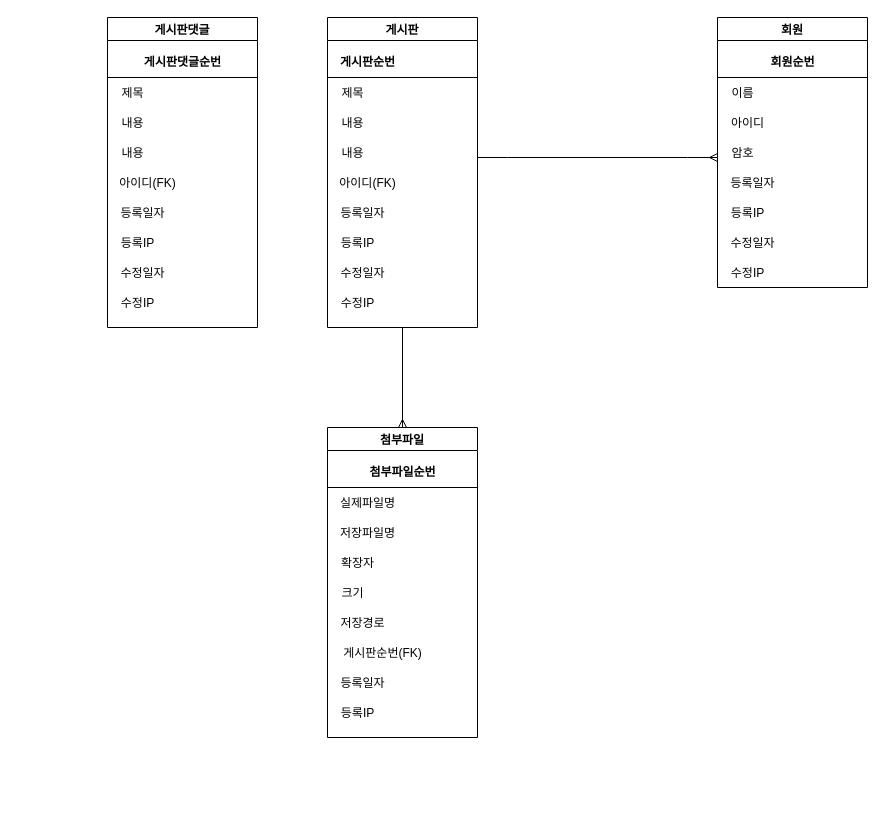
sos9210/git4 keeps this draw.io diagram as Untitled Diagram.drawio. Above is the earlier version. Source tidied: cells renumbered, new cells numbered last; positions are measured from the earlier drawing's top-left corner, leaving out a move shared by most shapes. Both pictures are drawn from the tidied source at 100%, with x=0, y=0 at pixel (107, 17).
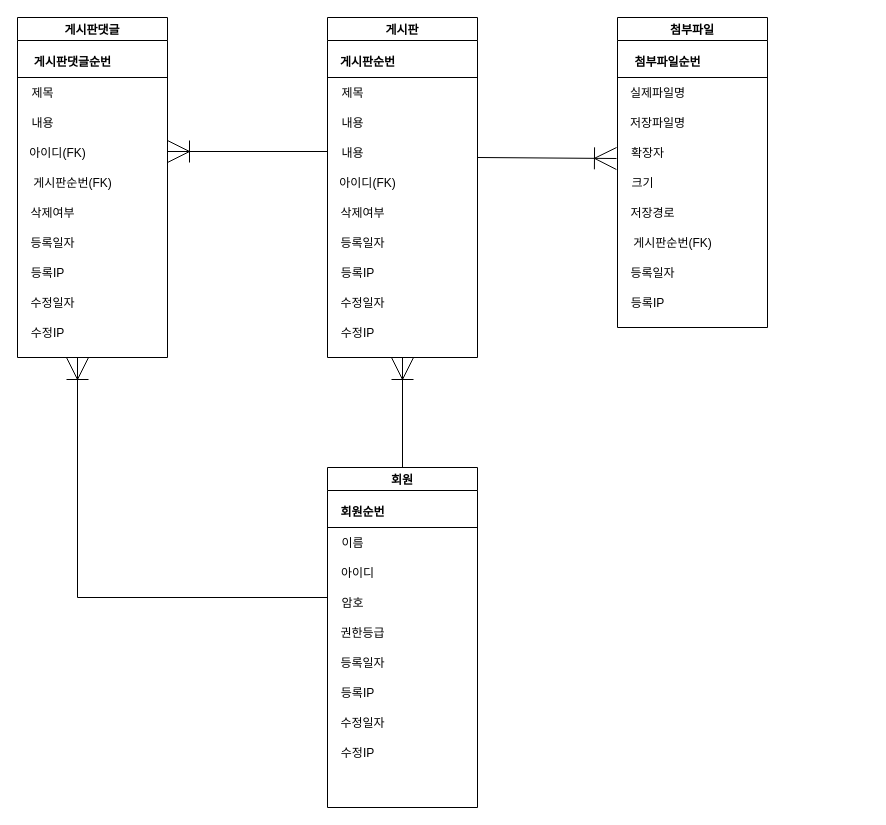
After the change.

The change refers to these unchanged cells:
```xml
<mxCell id="7" value="&lt;font style=&quot;font-size: 12px;&quot;&gt;암호&lt;/font&gt;" style="text;html=1;align=center;verticalAlign=middle;points=[];strokeColor=none;fillColor=none;fontSize=17;" parent="2" vertex="1">
  <mxGeometry y="120" width="50" height="30" as="geometry" />
</mxCell>
<mxCell id="22" value="&lt;span style=&quot;font-size: 12px;&quot;&gt;내용&lt;/span&gt;" style="text;html=1;align=center;verticalAlign=middle;points=[];strokeColor=none;fillColor=none;fontSize=17;" parent="12" vertex="1">
  <mxGeometry y="120" width="50" height="30" as="geometry" />
</mxCell>
<mxCell id="29" value="&lt;font style=&quot;font-size: 12px;&quot;&gt;확장자&lt;/font&gt;" style="text;html=1;align=center;verticalAlign=middle;points=[];strokeColor=none;fillColor=none;fontSize=17;" parent="24" vertex="1">
  <mxGeometry y="120" width="60" height="30" as="geometry" />
</mxCell>
```

Change to the diagram source:
```diff
@@
     <mxCell id="2" value="회원" style="swimlane;startSize=23;" parent="1" vertex="1">
-      <mxGeometry x="610" width="150" height="270" as="geometry" />
+      <mxGeometry x="220" y="450" width="150" height="340" as="geometry" />
     </mxCell>
     <mxCell id="3" value="&lt;b&gt;회원순번&lt;/b&gt;" style="text;html=1;align=center;verticalAlign=middle;strokeColor=none;fillColor=none;strokeWidth=4;" parent="2" vertex="1">
-      <mxGeometry x="40" y="30" width="70" height="30" as="geometry" />
+      <mxGeometry y="30" width="70" height="30" as="geometry" />
     </mxCell>
@@
     <mxCell id="8" value="&lt;font style=&quot;font-size: 12px;&quot;&gt;등록일자&lt;/font&gt;" style="text;html=1;align=center;verticalAlign=middle;strokeColor=none;fillColor=none;fontSize=17;" parent="2" vertex="1">
-      <mxGeometry y="150" width="70" height="30" as="geometry" />
+      <mxGeometry y="180" width="70" height="30" as="geometry" />
     </mxCell>
     <mxCell id="9" value="&lt;font style=&quot;font-size: 12px;&quot;&gt;등록IP&lt;/font&gt;" style="text;html=1;align=center;verticalAlign=middle;strokeColor=none;fillColor=none;fontSize=17;" parent="2" vertex="1">
-      <mxGeometry y="180" width="60" height="30" as="geometry" />
+      <mxGeometry y="210" width="60" height="30" as="geometry" />
     </mxCell>
     <mxCell id="10" value="&lt;font style=&quot;font-size: 12px;&quot;&gt;수정일자&lt;/font&gt;" style="text;html=1;align=center;verticalAlign=middle;strokeColor=none;fillColor=none;fontSize=17;" parent="2" vertex="1">
-      <mxGeometry y="210" width="70" height="30" as="geometry" />
+      <mxGeometry y="240" width="70" height="30" as="geometry" />
     </mxCell>
     <mxCell id="11" value="&lt;font style=&quot;font-size: 12px;&quot;&gt;수정IP&lt;/font&gt;" style="text;html=1;align=center;verticalAlign=middle;strokeColor=none;fillColor=none;fontSize=17;" parent="2" vertex="1">
-      <mxGeometry y="240" width="60" height="30" as="geometry" />
+      <mxGeometry y="270" width="60" height="30" as="geometry" />
     </mxCell>
+    <mxCell id="47" value="&lt;span style=&quot;font-size: 12px;&quot;&gt;권한등급&lt;/span&gt;" style="text;html=1;align=center;verticalAlign=middle;strokeColor=none;fillColor=none;fontSize=17;" parent="2" vertex="1">
+      <mxGeometry y="150" width="70" height="30" as="geometry" />
+    </mxCell>
     <mxCell id="12" value="게시판" style="swimlane;startSize=23;" parent="1" vertex="1">
-      <mxGeometry x="220" width="150" height="310" as="geometry" />
+      <mxGeometry x="220" width="150" height="340" as="geometry" />
     </mxCell>
@@
     <mxCell id="16" value="&lt;font style=&quot;font-size: 12px;&quot;&gt;등록일자&lt;/font&gt;" style="text;html=1;align=center;verticalAlign=middle;strokeColor=none;fillColor=none;fontSize=17;" parent="12" vertex="1">
-      <mxGeometry y="180" width="70" height="30" as="geometry" />
+      <mxGeometry y="210" width="70" height="30" as="geometry" />
     </mxCell>
     <mxCell id="17" value="&lt;font style=&quot;font-size: 12px;&quot;&gt;등록IP&lt;/font&gt;" style="text;html=1;align=center;verticalAlign=middle;strokeColor=none;fillColor=none;fontSize=17;" parent="12" vertex="1">
-      <mxGeometry y="210" width="60" height="30" as="geometry" />
+      <mxGeometry y="240" width="60" height="30" as="geometry" />
     </mxCell>
     <mxCell id="18" value="&lt;font style=&quot;font-size: 12px;&quot;&gt;수정일자&lt;/font&gt;" style="text;html=1;align=center;verticalAlign=middle;strokeColor=none;fillColor=none;fontSize=17;" parent="12" vertex="1">
-      <mxGeometry y="240" width="70" height="30" as="geometry" />
+      <mxGeometry y="270" width="70" height="30" as="geometry" />
     </mxCell>
     <mxCell id="19" value="&lt;font style=&quot;font-size: 12px;&quot;&gt;수정IP&lt;/font&gt;" style="text;html=1;align=center;verticalAlign=middle;strokeColor=none;fillColor=none;fontSize=17;" parent="12" vertex="1">
-      <mxGeometry y="270" width="60" height="30" as="geometry" />
+      <mxGeometry y="300" width="60" height="30" as="geometry" />
     </mxCell>
@@
-    <mxCell id="23" style="edgeStyle=entityRelationEdgeStyle;fontSize=12;html=1;endArrow=ERmany;rounded=0;entryX=0;entryY=0.667;entryDx=0;entryDy=0;entryPerimeter=0;" parent="1" edge="1" target="7">
-      <mxGeometry relative="1" as="geometry">
-        <mxPoint x="370" y="140" as="sourcePoint" />
-      </mxGeometry>
-    </mxCell>
+    <mxCell id="48" value="&lt;span style=&quot;font-size: 12px;&quot;&gt;삭제여부&lt;/span&gt;" style="text;html=1;align=center;verticalAlign=middle;strokeColor=none;fillColor=none;fontSize=17;" parent="12" vertex="1">
+      <mxGeometry y="180" width="70" height="30" as="geometry" />
+    </mxCell>
     <mxCell id="24" value="첨부파일" style="swimlane;startSize=23;" parent="1" vertex="1">
-      <mxGeometry x="220" y="410" width="150" height="310" as="geometry" />
+      <mxGeometry x="510" width="150" height="310" as="geometry" />
     </mxCell>
     <mxCell id="25" value="&lt;b&gt;첨부파일순번&lt;/b&gt;" style="text;html=1;align=center;verticalAlign=middle;strokeColor=none;fillColor=none;strokeWidth=4;" parent="24" vertex="1">
-      <mxGeometry x="25" y="30" width="100" height="30" as="geometry" />
+      <mxGeometry y="30" width="100" height="30" as="geometry" />
     </mxCell>
@@
-    <mxCell id="35" style="fontSize=12;html=1;endArrow=ERmany;rounded=0;verticalAlign=middle;exitX=0.5;exitY=1;exitDx=0;exitDy=0;entryX=0.5;entryY=0;entryDx=0;entryDy=0;" parent="1" edge="1" source="12" target="24">
-      <mxGeometry relative="1" as="geometry" />
+    <mxCell id="35" style="fontSize=12;html=1;endArrow=ERoneToMany;rounded=0;verticalAlign=middle;entryX=-0.017;entryY=0.7;entryDx=0;entryDy=0;endSize=20;startSize=20;entryPerimeter=0;endFill=0;" parent="1" edge="1" target="29">
+      <mxGeometry relative="1" as="geometry">
+        <mxPoint x="370" y="140" as="sourcePoint" />
+      </mxGeometry>
     </mxCell>
     <mxCell id="36" value="게시판댓글" style="swimlane;startSize=23;" parent="1" vertex="1">
-      <mxGeometry width="150" height="310" as="geometry" />
+      <mxGeometry x="-90" width="150" height="340" as="geometry" />
     </mxCell>
     <mxCell id="37" value="&lt;b&gt;게시판댓글순번&lt;/b&gt;" style="text;html=1;align=center;verticalAlign=middle;strokeColor=none;fillColor=none;strokeWidth=4;" parent="36" vertex="1">
-      <mxGeometry x="20" y="30" width="110" height="30" as="geometry" />
+      <mxGeometry y="30" width="110" height="30" as="geometry" />
     </mxCell>
@@
-    <mxCell id="39" value="&lt;font style=&quot;font-size: 12px;&quot;&gt;아이디(FK)&lt;/font&gt;" style="text;html=1;align=center;verticalAlign=middle;strokeColor=none;fillColor=none;fontSize=17;" parent="36" vertex="1">
-      <mxGeometry y="150" width="80" height="30" as="geometry" />
+    <mxCell id="39" value="&lt;font style=&quot;font-size: 12px;&quot;&gt;게시판순번(FK)&lt;/font&gt;" style="text;html=1;align=center;verticalAlign=middle;strokeColor=none;fillColor=none;fontSize=17;" parent="36" vertex="1">
+      <mxGeometry y="150" width="110" height="30" as="geometry" />
     </mxCell>
     <mxCell id="40" value="&lt;font style=&quot;font-size: 12px;&quot;&gt;등록일자&lt;/font&gt;" style="text;html=1;align=center;verticalAlign=middle;strokeColor=none;fillColor=none;fontSize=17;" parent="36" vertex="1">
-      <mxGeometry y="180" width="70" height="30" as="geometry" />
+      <mxGeometry y="210" width="70" height="30" as="geometry" />
     </mxCell>
     <mxCell id="41" value="&lt;font style=&quot;font-size: 12px;&quot;&gt;등록IP&lt;/font&gt;" style="text;html=1;align=center;verticalAlign=middle;strokeColor=none;fillColor=none;fontSize=17;" parent="36" vertex="1">
-      <mxGeometry y="210" width="60" height="30" as="geometry" />
+      <mxGeometry y="240" width="60" height="30" as="geometry" />
     </mxCell>
     <mxCell id="42" value="&lt;font style=&quot;font-size: 12px;&quot;&gt;수정일자&lt;/font&gt;" style="text;html=1;align=center;verticalAlign=middle;strokeColor=none;fillColor=none;fontSize=17;" parent="36" vertex="1">
-      <mxGeometry y="240" width="70" height="30" as="geometry" />
+      <mxGeometry y="270" width="70" height="30" as="geometry" />
     </mxCell>
     <mxCell id="43" value="&lt;font style=&quot;font-size: 12px;&quot;&gt;수정IP&lt;/font&gt;" style="text;html=1;align=center;verticalAlign=middle;strokeColor=none;fillColor=none;fontSize=17;" parent="36" vertex="1">
-      <mxGeometry y="270" width="60" height="30" as="geometry" />
+      <mxGeometry y="300" width="60" height="30" as="geometry" />
     </mxCell>
@@
-    <mxCell id="46" value="&lt;span style=&quot;font-size: 12px;&quot;&gt;내용&lt;/span&gt;" style="text;html=1;align=center;verticalAlign=middle;strokeColor=none;fillColor=none;fontSize=17;" parent="36" vertex="1">
-      <mxGeometry y="120" width="50" height="30" as="geometry" />
+    <mxCell id="46" value="&lt;span style=&quot;font-size: 12px;&quot;&gt;아이디(FK)&lt;/span&gt;" style="text;html=1;align=center;verticalAlign=middle;strokeColor=none;fillColor=none;fontSize=17;" parent="36" vertex="1">
+      <mxGeometry y="120" width="80" height="30" as="geometry" />
     </mxCell>
+    <mxCell id="49" value="&lt;span style=&quot;font-size: 12px;&quot;&gt;삭제여부&lt;/span&gt;" style="text;html=1;align=center;verticalAlign=middle;strokeColor=none;fillColor=none;fontSize=17;" parent="36" vertex="1">
+      <mxGeometry y="180" width="70" height="30" as="geometry" />
+    </mxCell>
+    <mxCell id="50" style="fontSize=12;html=1;endArrow=ERoneToMany;rounded=0;verticalAlign=middle;exitX=0;exitY=0.467;exitDx=0;exitDy=0;exitPerimeter=0;endSize=20;startSize=20;endFill=0;" parent="1" edge="1" source="22">
+      <mxGeometry relative="1" as="geometry">
+        <mxPoint x="60" y="134" as="targetPoint" />
+      </mxGeometry>
+    </mxCell>
+    <mxCell id="51" style="fontSize=12;html=1;endArrow=ERoneToMany;rounded=0;verticalAlign=middle;exitX=0.5;exitY=0;exitDx=0;exitDy=0;endSize=20;startSize=20;entryX=0.5;entryY=1;entryDx=0;entryDy=0;endFill=0;" parent="1" edge="1" source="2" target="12">
+      <mxGeometry relative="1" as="geometry" />
+    </mxCell>
+    <mxCell id="52" style="edgeStyle=orthogonalEdgeStyle;fontSize=12;html=1;endArrow=ERoneToMany;rounded=0;startSize=20;endSize=20;endFill=0;" parent="1" edge="1">
+      <mxGeometry relative="1" as="geometry">
+        <mxPoint x="220" y="580" as="sourcePoint" />
+        <mxPoint x="-30" y="340" as="targetPoint" />
+        <Array as="points">
+          <mxPoint x="220" y="580" />
+          <mxPoint x="-30" y="580" />
+        </Array>
+      </mxGeometry>
+    </mxCell>
```
